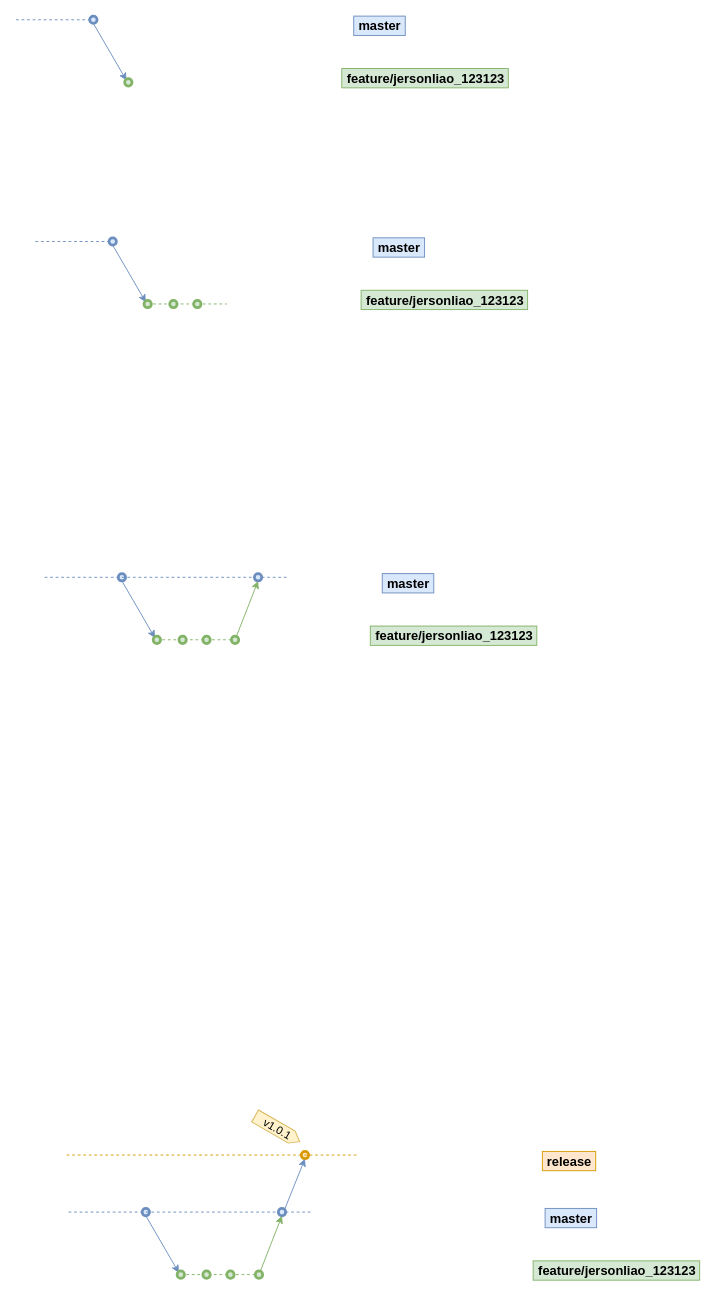
This is page "Page-2" (2 of 2) of Untitled Diagram.drawio from lufy2010/cicd, a draw.io file, before an edit. Source tidied: cells renumbered, new cells numbered last; positions are measured from the earlier drawing's top-left corner, leaving out a move shared by most shapes. Both pictures are drawn from the tidied source at 92%, with x=0, y=0 at pixel (16, 16).
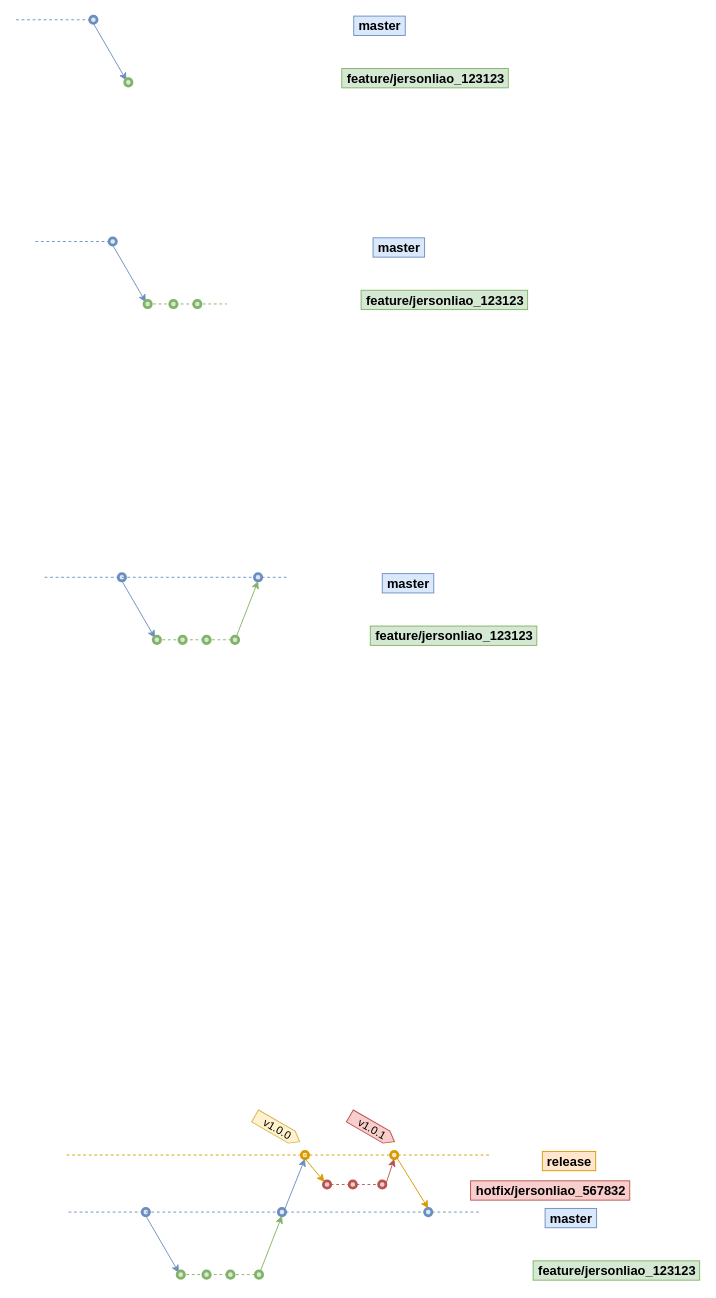
After the change.

The change refers to these unchanged cells:
```xml
<mxCell id="39" style="shape=mxgraph.bpmn.shape;html=1;verticalLabelPosition=bottom;labelBackgroundColor=#ffffff;verticalAlign=top;align=center;perimeter=ellipsePerimeter;outlineConnect=0;outline=end;symbol=general;fillColor=#dae8fc;strokeColor=#6c8ebf;" parent="1" vertex="1">
  <mxGeometry x="285" y="1296" width="8" height="8" as="geometry" />
</mxCell>
<mxCell id="45" style="shape=mxgraph.bpmn.shape;html=1;verticalLabelPosition=bottom;labelBackgroundColor=#ffffff;verticalAlign=top;align=center;perimeter=ellipsePerimeter;outlineConnect=0;outline=end;symbol=general;fillColor=#ffe6cc;strokeColor=#d79b00;" parent="1" vertex="1">
  <mxGeometry x="310" y="1234" width="8" height="8" as="geometry" />
</mxCell>
```

Diff of the diagram source:
```diff
@@
-    <mxCell id="32" style="endArrow=none;html=1;dashed=1;endFill=0;fillColor=#dae8fc;strokeColor=#6c8ebf;" parent="1" edge="1" source="39">
+    <mxCell id="32" style="endArrow=none;html=1;dashed=1;endFill=0;fillColor=#dae8fc;strokeColor=#6c8ebf;" parent="1" edge="1" source="63">
       <mxGeometry relative="1" as="geometry">
-        <mxPoint x="321" y="1300" as="targetPoint" />
+        <mxPoint x="504" y="1300" as="targetPoint" />
       </mxGeometry>
     </mxCell>
@@
-    <mxCell id="46" style="endArrow=none;html=1;dashed=1;endFill=0;fillColor=#ffe6cc;strokeColor=#d79b00;" parent="1" edge="1">
+    <mxCell id="46" style="endArrow=none;html=1;dashed=1;endFill=0;fillColor=#ffe6cc;strokeColor=#d79b00;" parent="1" edge="1" source="58">
       <mxGeometry relative="1" as="geometry">
-        <mxPoint x="55" y="1238" as="sourcePoint" />
-        <mxPoint x="373" y="1238" as="targetPoint" />
+        <mxPoint x="516" y="1238" as="targetPoint" />
       </mxGeometry>
     </mxCell>
@@
-    <mxCell id="48" value="v1.0.1" style="html=1;shadow=0;dashed=0;align=center;verticalAlign=middle;shape=mxgraph.arrows2.arrow;dy=0;dx=10;notch=0;rotation=30;fillColor=#fff2cc;strokeColor=#d6b656;" parent="1" vertex="1">
+    <mxCell id="48" value="v1.0.0" style="html=1;shadow=0;dashed=0;align=center;verticalAlign=middle;shape=mxgraph.arrows2.arrow;dy=0;dx=10;notch=0;rotation=30;fillColor=#fff2cc;strokeColor=#d6b656;" parent="1" vertex="1">
       <mxGeometry x="256" y="1202" width="56" height="15" as="geometry" />
     </mxCell>
+    <mxCell id="49" value="hotfix/jersonliao_567832" style="text;html=1;align=center;verticalAlign=middle;fontStyle=1;fontSize=14;fillColor=#f8cecc;strokeColor=#b85450;" parent="1" vertex="1">
+      <mxGeometry x="494" y="1266" width="173" height="21" as="geometry" />
+    </mxCell>
+    <mxCell id="50" style="endArrow=none;html=1;dashed=1;endFill=0;fillColor=#f8cecc;strokeColor=#b85450;" parent="1" edge="1" source="51">
+      <mxGeometry relative="1" as="geometry">
+        <mxPoint x="343" y="1270" as="targetPoint" />
+      </mxGeometry>
+    </mxCell>
+    <mxCell id="51" style="shape=mxgraph.bpmn.shape;html=1;verticalLabelPosition=bottom;labelBackgroundColor=#ffffff;verticalAlign=top;align=center;perimeter=ellipsePerimeter;outlineConnect=0;outline=end;symbol=general;fillColor=#f8cecc;strokeColor=#b85450;" parent="1" vertex="1">
+      <mxGeometry x="334" y="1266" width="8" height="8" as="geometry" />
+    </mxCell>
+    <mxCell id="52" style="endArrow=none;html=1;dashed=1;endFill=0;fillColor=#f8cecc;strokeColor=#b85450;exitX=1;exitY=0.5;exitDx=0;exitDy=0;" parent="1" edge="1" source="56">
+      <mxGeometry relative="1" as="geometry">
+        <mxPoint x="397" y="1270" as="targetPoint" />
+      </mxGeometry>
+    </mxCell>
+    <mxCell id="53" style="endArrow=classic;html=1;fillColor=#ffe6cc;strokeColor=#d79b00;entryX=0.145;entryY=0.145;entryDx=0;entryDy=0;exitX=0.5;exitY=1;exitDx=0;exitDy=0;entryPerimeter=0;" parent="1" edge="1" source="45" target="51">
+      <mxGeometry relative="1" as="geometry" />
+    </mxCell>
+    <mxCell id="54" style="shape=mxgraph.bpmn.shape;html=1;verticalLabelPosition=bottom;labelBackgroundColor=#ffffff;verticalAlign=top;align=center;perimeter=ellipsePerimeter;outlineConnect=0;outline=end;symbol=general;fillColor=#f8cecc;strokeColor=#b85450;" parent="1" vertex="1">
+      <mxGeometry x="362" y="1266" width="8" height="8" as="geometry" />
+    </mxCell>
+    <mxCell id="55" style="endArrow=none;html=1;dashed=1;endFill=0;fillColor=#f8cecc;strokeColor=#b85450;exitX=1;exitY=0.5;exitDx=0;exitDy=0;" parent="1" edge="1" source="51" target="54">
+      <mxGeometry relative="1" as="geometry" />
+    </mxCell>
+    <mxCell id="56" style="shape=mxgraph.bpmn.shape;html=1;verticalLabelPosition=bottom;labelBackgroundColor=#ffffff;verticalAlign=top;align=center;perimeter=ellipsePerimeter;outlineConnect=0;outline=end;symbol=general;fillColor=#f8cecc;strokeColor=#b85450;" parent="1" vertex="1">
+      <mxGeometry x="394" y="1266" width="8" height="8" as="geometry" />
+    </mxCell>
+    <mxCell id="57" style="endArrow=none;html=1;dashed=1;endFill=0;fillColor=#f8cecc;strokeColor=#b85450;exitX=1;exitY=0.5;exitDx=0;exitDy=0;" parent="1" edge="1" source="54" target="56">
+      <mxGeometry relative="1" as="geometry" />
+    </mxCell>
+    <mxCell id="58" style="shape=mxgraph.bpmn.shape;html=1;verticalLabelPosition=bottom;labelBackgroundColor=#ffffff;verticalAlign=top;align=center;perimeter=ellipsePerimeter;outlineConnect=0;outline=end;symbol=general;fillColor=#ffe6cc;strokeColor=#d79b00;" parent="1" vertex="1">
+      <mxGeometry x="407" y="1234" width="8" height="8" as="geometry" />
+    </mxCell>
+    <mxCell id="59" style="endArrow=none;html=1;dashed=1;endFill=0;fillColor=#ffe6cc;strokeColor=#d79b00;" parent="1" edge="1" target="58">
+      <mxGeometry relative="1" as="geometry">
+        <mxPoint x="55" y="1238" as="sourcePoint" />
+      </mxGeometry>
+    </mxCell>
+    <mxCell id="60" style="endArrow=classic;html=1;fillColor=#f8cecc;strokeColor=#b85450;entryX=0.5;entryY=1;entryDx=0;entryDy=0;exitX=0.855;exitY=0.855;exitDx=0;exitDy=0;exitPerimeter=0;" parent="1" edge="1" source="56" target="58">
+      <mxGeometry relative="1" as="geometry" />
+    </mxCell>
+    <mxCell id="61" value="v1.0.1" style="html=1;shadow=0;dashed=0;align=center;verticalAlign=middle;shape=mxgraph.arrows2.arrow;dy=0;dx=10;notch=0;rotation=30;fillColor=#f8cecc;strokeColor=#b85450;" parent="1" vertex="1">
+      <mxGeometry x="359" y="1202" width="56" height="15" as="geometry" />
+    </mxCell>
+    <mxCell id="62" style="endArrow=classic;html=1;fillColor=#ffe6cc;strokeColor=#d79b00;exitX=0.855;exitY=0.855;exitDx=0;exitDy=0;exitPerimeter=0;entryX=0.5;entryY=0;entryDx=0;entryDy=0;" parent="1" edge="1" source="58" target="63">
+      <mxGeometry relative="1" as="geometry" />
+    </mxCell>
+    <mxCell id="63" style="shape=mxgraph.bpmn.shape;html=1;verticalLabelPosition=bottom;labelBackgroundColor=#ffffff;verticalAlign=top;align=center;perimeter=ellipsePerimeter;outlineConnect=0;outline=end;symbol=general;fillColor=#dae8fc;strokeColor=#6c8ebf;" parent="1" vertex="1">
+      <mxGeometry x="444" y="1296" width="8" height="8" as="geometry" />
+    </mxCell>
+    <mxCell id="64" style="endArrow=none;html=1;dashed=1;endFill=0;fillColor=#dae8fc;strokeColor=#6c8ebf;" parent="1" edge="1" source="39" target="63">
+      <mxGeometry relative="1" as="geometry" />
+    </mxCell>
```
